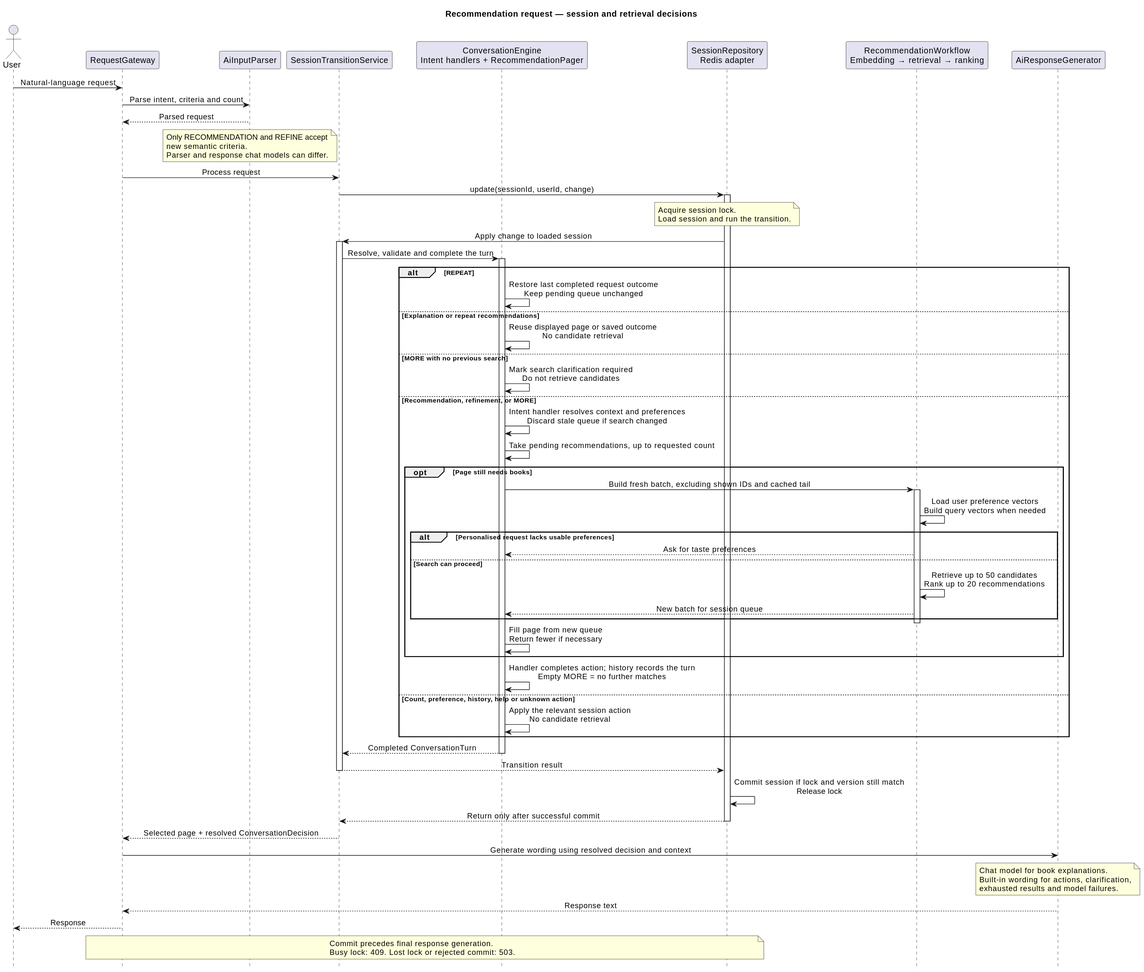
This is docs/diagrams/recommendation-flow.svg from Juliu9/IT-Project, a PlantUML export, as it was before one commit.
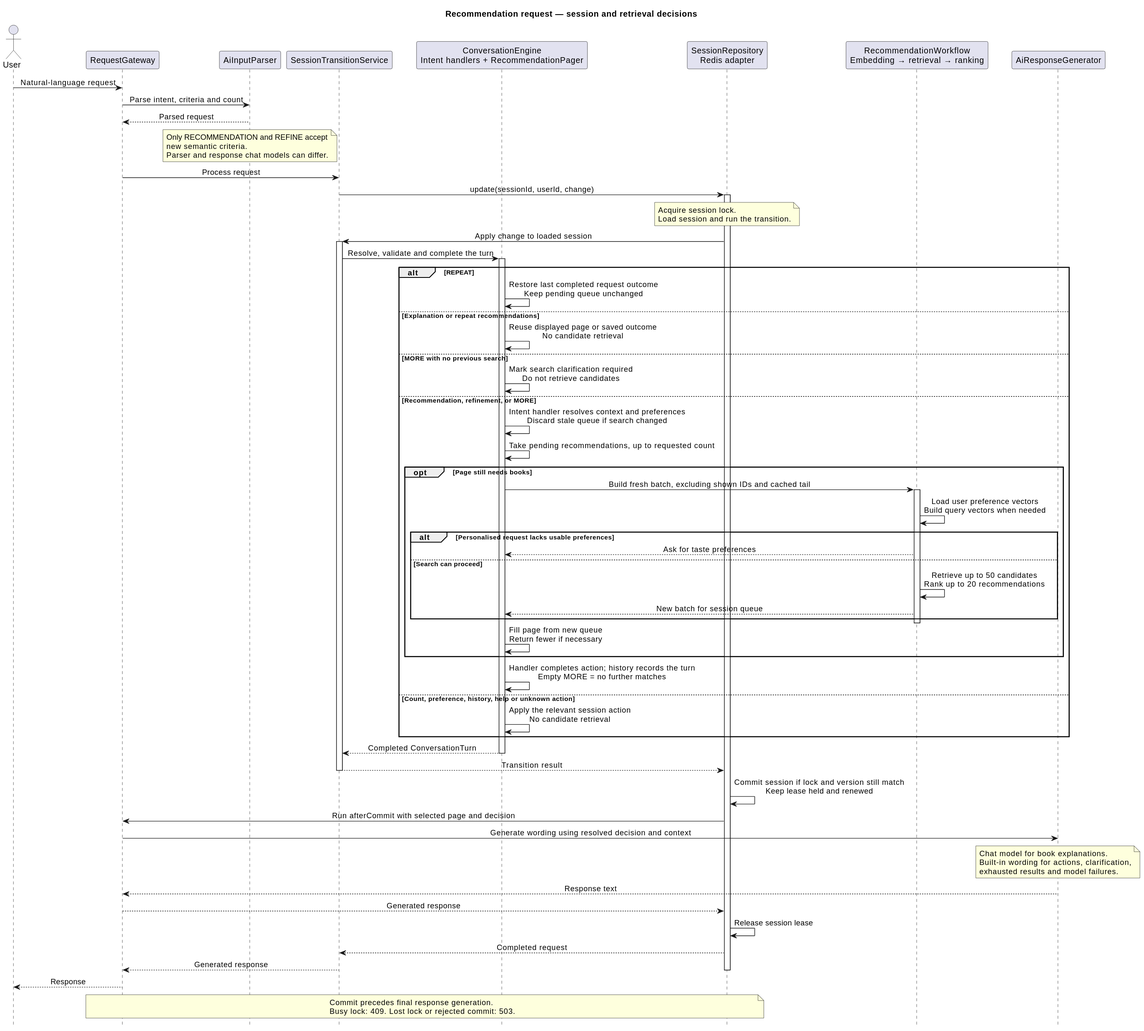
After the change.

What changed in the source:
```diff
@@ -66,10 +66,8 @@
 deactivate Engine
 Transition --> Sessions : Transition result
 deactivate Transition
-Sessions -> Sessions : Commit session if lock and version still match\nRelease lock
-Sessions --> Transition : Return only after successful commit
-deactivate Sessions
-Transition --> Gateway : Selected page + resolved ConversationDecision
+Sessions -> Sessions : Commit session if lock and version still match\nKeep lease held and renewed
+Sessions -> Gateway : Run afterCommit with selected page and decision
 Gateway -> Response : Generate wording using resolved decision and context
 note over Response
   Chat model for book explanations.
@@ -77,6 +75,11 @@
   exhausted results and model failures.
 end note
 Response --> Gateway : Response text
+Gateway --> Sessions : Generated response
+Sessions -> Sessions : Release session lease
+Sessions --> Transition : Completed request
+Transition --> Gateway : Generated response
+deactivate Sessions
 Gateway --> User : Response
 note over Gateway, Sessions
   Commit precedes final response generation.
```
